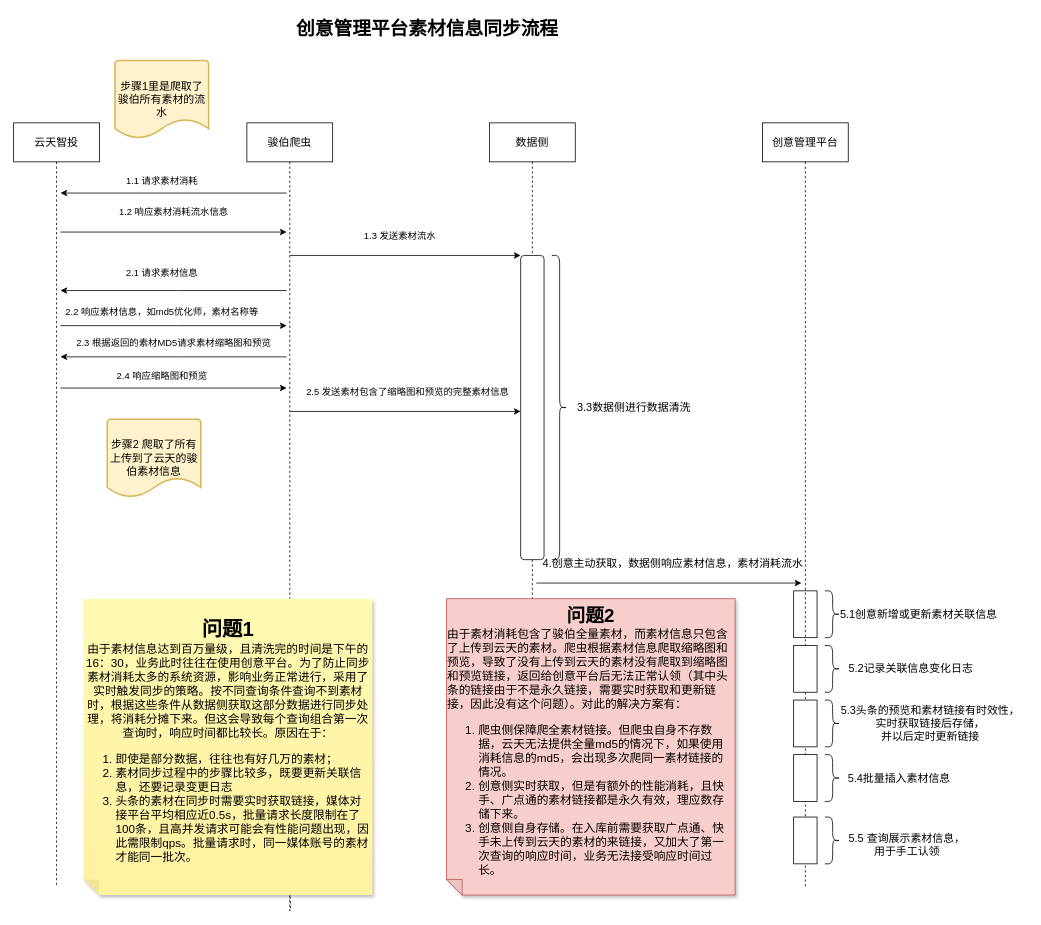
This is 创意素材手工认领.drawio from Willhow-Gao/drawIOStore, a draw.io file, before an edit. Source tidied: cells renumbered, new cells numbered last; positions are measured from the earlier drawing's top-left corner, leaving out a move shared by most shapes. Both pictures are drawn from the tidied source at 78%, with x=0, y=0 at pixel (13, 13).
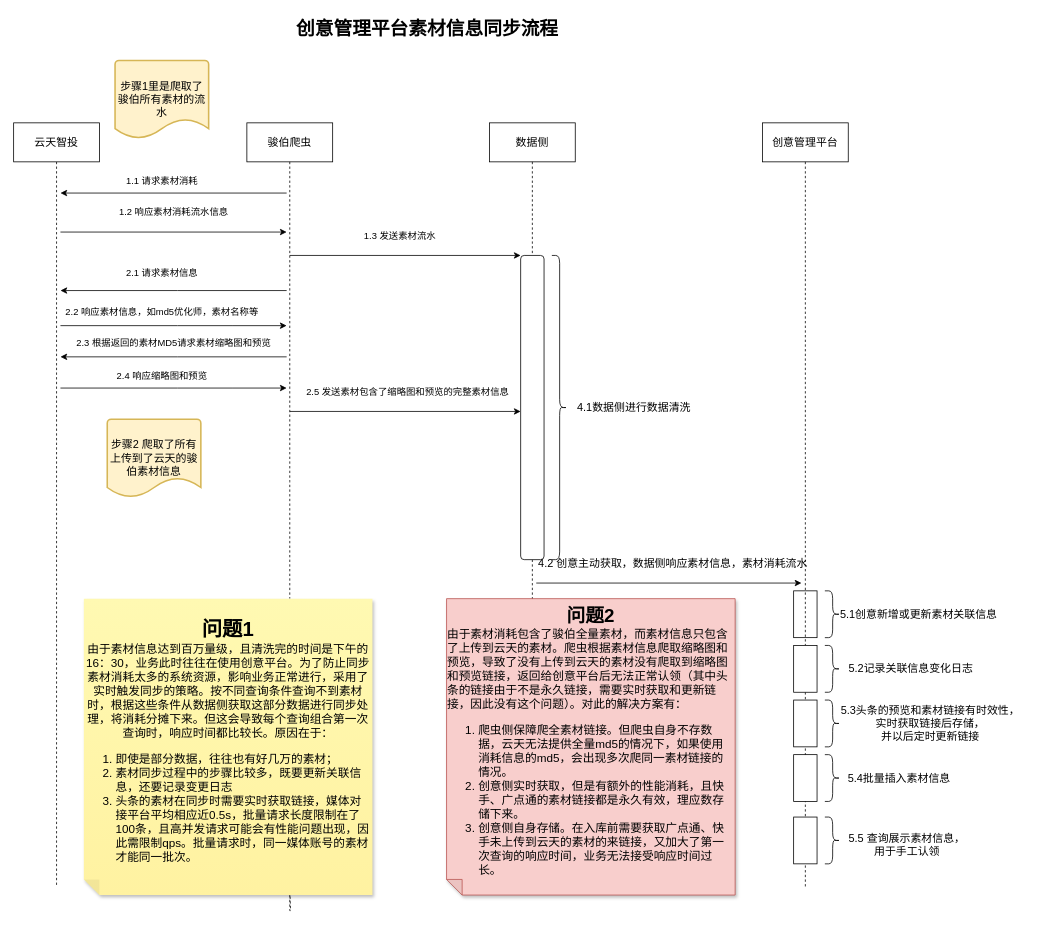
After the change.

Commit message:
更新创意素材手工认领.drawio

Change to the diagram source:
```diff
@@
-    <mxCell id="15" value="&lt;font style=&quot;font-size: 14px;&quot;&gt;3.3数据侧进行数据清洗&lt;/font&gt;" style="text;html=1;align=center;verticalAlign=middle;strokeColor=none;fillColor=none;" parent="1" vertex="1">
+    <mxCell id="15" value="&lt;font style=&quot;font-size: 14px;&quot;&gt;4.1数据侧进行数据清洗&lt;/font&gt;" style="text;html=1;align=center;verticalAlign=middle;strokeColor=none;fillColor=none;" parent="1" vertex="1">
       <mxGeometry x="710" y="490" width="170" height="30" as="geometry" />
     </mxCell>
@@
-    <mxCell id="17" value="&lt;font style=&quot;font-size: 14px;&quot;&gt;4.创意主动获取，数据侧响应素材信息，素材消耗流水&lt;/font&gt;" style="text;html=1;align=center;verticalAlign=middle;strokeColor=none;fillColor=none;" parent="1" vertex="1">
-      <mxGeometry x="665" y="690" width="360" height="30" as="geometry" />
+    <mxCell id="17" value="&lt;font style=&quot;font-size: 14px;&quot;&gt;4.2 创意主动获取，数据侧响应素材信息，素材消耗流水&lt;/font&gt;" style="text;html=1;align=center;verticalAlign=middle;strokeColor=none;fillColor=none;" parent="1" vertex="1">
+      <mxGeometry x="660" y="690" width="370" height="30" as="geometry" />
     </mxCell>
```
